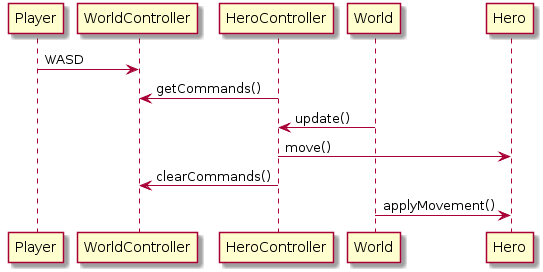
Before: specs/sequence_diagram_move.png, a diagram exported from PlantUML (Bert54/ACL_2019_TP11_GROUPE3).
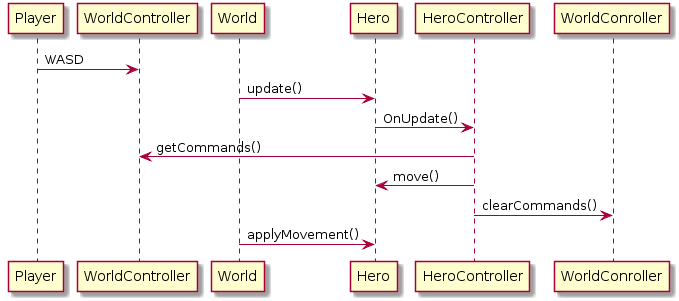
After the commit.

Commit message:
sequence diagrams

What changed in the source:
```diff
@@ -1,8 +1,9 @@
 @startuml
-Player -> WorldController:WASD
-WorldController <- HeroController: getCommands()
-World -> HeroController: update()
-HeroController -> Hero: move()
-WorldController <- HeroController: clearCommands()
-World -> Hero: applyMovement()
+Player -> WorldController : WASD
+World -> Hero : update()
+Hero -> HeroController : OnUpdate()
+HeroController -> WorldController : getCommands()
+HeroController -> Hero : move()
+HeroController -> WorldConroller : clearCommands()
+World -> Hero : applyMovement()
 @enduml
```
